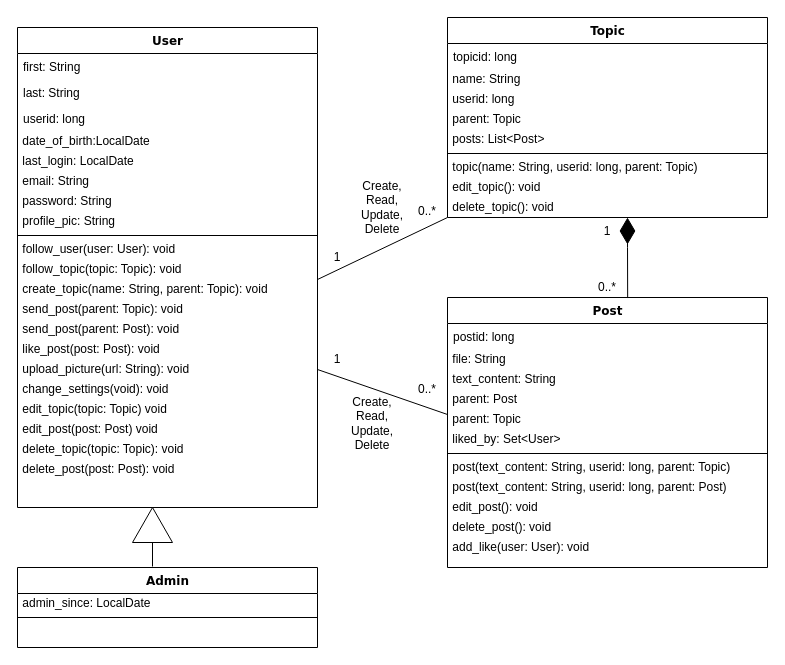
kubatovtamas/uzenetSZTEk keeps this draw.io diagram as doc/diagrams/Class Diagram/class_v2.drawio. Above is the earlier version. Source tidied: cells renumbered, new cells numbered last; positions are measured from the earlier drawing's top-left corner, leaving out a move shared by most shapes. Both pictures are drawn from the tidied source at 100%, with x=0, y=0 at pixel (17, 17).
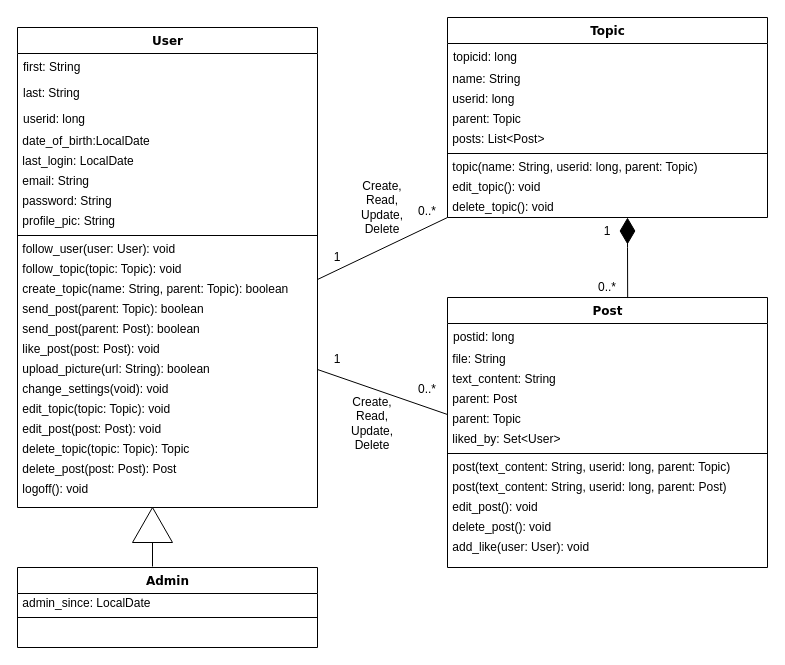
After the change.

Commit message:
updated Class diagram with auth and return types

Unchanged cells that the change refers to:
```xml
<mxCell id="2" value="User" style="swimlane;html=1;fontStyle=1;align=center;verticalAlign=top;horizontal=1;startSize=26;swimlaneFillColor=#ffffff;rounded=0;shadow=0;comic=0;labelBackgroundColor=none;strokeColor=#000000;strokeWidth=1;fillColor=none;fontFamily=Verdana;fontSize=12;fontColor=#000000;" parent="1" vertex="1">
  <mxGeometry y="10" width="300" height="480" as="geometry" />
</mxCell>
```

Diff of the diagram source:
```diff
@@
-    <mxCell id="14" value="&amp;nbsp;create_topic(name: String, parent: Topic): void" style="text;html=1;strokeColor=none;fillColor=none;align=left;verticalAlign=middle;whiteSpace=wrap;rounded=0;" parent="2" vertex="1">
+    <mxCell id="14" value="&amp;nbsp;create_topic(name: String, parent: Topic): boolean" style="text;html=1;strokeColor=none;fillColor=none;align=left;verticalAlign=middle;whiteSpace=wrap;rounded=0;" parent="2" vertex="1">
       <mxGeometry y="252" width="300" height="20" as="geometry" />
     </mxCell>
-    <mxCell id="15" value="&amp;nbsp;send_post(parent: Topic): void&amp;nbsp;" style="text;html=1;strokeColor=none;fillColor=none;align=left;verticalAlign=middle;whiteSpace=wrap;rounded=0;" parent="2" vertex="1">
+    <mxCell id="15" value="&amp;nbsp;send_post(parent: Topic): boolean" style="text;html=1;strokeColor=none;fillColor=none;align=left;verticalAlign=middle;whiteSpace=wrap;rounded=0;" parent="2" vertex="1">
       <mxGeometry y="272" width="300" height="20" as="geometry" />
     </mxCell>
-    <mxCell id="16" value="&amp;nbsp;send_post(parent: Post): void&amp;nbsp;" style="text;html=1;strokeColor=none;fillColor=none;align=left;verticalAlign=middle;whiteSpace=wrap;rounded=0;" parent="2" vertex="1">
+    <mxCell id="16" value="&amp;nbsp;send_post(parent: Post): boolean" style="text;html=1;strokeColor=none;fillColor=none;align=left;verticalAlign=middle;whiteSpace=wrap;rounded=0;" parent="2" vertex="1">
       <mxGeometry y="292" width="300" height="20" as="geometry" />
     </mxCell>
@@
-    <mxCell id="18" value="&amp;nbsp;upload_picture(url: String): void" style="text;html=1;strokeColor=none;fillColor=none;align=left;verticalAlign=middle;whiteSpace=wrap;rounded=0;" parent="2" vertex="1">
+    <mxCell id="18" value="&amp;nbsp;upload_picture(url: String): boolean" style="text;html=1;strokeColor=none;fillColor=none;align=left;verticalAlign=middle;whiteSpace=wrap;rounded=0;" parent="2" vertex="1">
       <mxGeometry y="332" width="300" height="20" as="geometry" />
     </mxCell>
@@
-    <mxCell id="20" value="&amp;nbsp;edit_topic(topic: Topic) void" style="text;html=1;strokeColor=none;fillColor=none;align=left;verticalAlign=middle;whiteSpace=wrap;rounded=0;" parent="2" vertex="1">
+    <mxCell id="20" value="&amp;nbsp;edit_topic(topic: Topic): void" style="text;html=1;strokeColor=none;fillColor=none;align=left;verticalAlign=middle;whiteSpace=wrap;rounded=0;" parent="2" vertex="1">
       <mxGeometry y="372" width="300" height="20" as="geometry" />
     </mxCell>
-    <mxCell id="21" value="&lt;div&gt;&lt;span style=&quot;font-family: &amp;#34;helvetica&amp;#34;&quot;&gt;&amp;nbsp;edit_post(post: Post) void&lt;/span&gt;&lt;/div&gt;" style="text;html=1;strokeColor=none;fillColor=none;align=left;verticalAlign=middle;whiteSpace=wrap;rounded=0;" parent="2" vertex="1">
+    <mxCell id="21" value="&lt;div&gt;&lt;span style=&quot;font-family: &amp;#34;helvetica&amp;#34;&quot;&gt;&amp;nbsp;edit_post(post: Post): void&lt;/span&gt;&lt;/div&gt;" style="text;html=1;strokeColor=none;fillColor=none;align=left;verticalAlign=middle;whiteSpace=wrap;rounded=0;" parent="2" vertex="1">
       <mxGeometry y="392" width="300" height="20" as="geometry" />
     </mxCell>
-    <mxCell id="22" value="&amp;nbsp;delete_topic(topic: Topic): void" style="text;html=1;strokeColor=none;fillColor=none;align=left;verticalAlign=middle;whiteSpace=wrap;rounded=0;" parent="2" vertex="1">
+    <mxCell id="22" value="&amp;nbsp;delete_topic(topic: Topic): Topic" style="text;html=1;strokeColor=none;fillColor=none;align=left;verticalAlign=middle;whiteSpace=wrap;rounded=0;" parent="2" vertex="1">
       <mxGeometry y="412" width="300" height="20" as="geometry" />
     </mxCell>
-    <mxCell id="23" value="&amp;nbsp;delete_post(post: Post): void" style="text;html=1;strokeColor=none;fillColor=none;align=left;verticalAlign=middle;whiteSpace=wrap;rounded=0;" parent="2" vertex="1">
+    <mxCell id="23" value="&amp;nbsp;delete_post(post: Post): Post" style="text;html=1;strokeColor=none;fillColor=none;align=left;verticalAlign=middle;whiteSpace=wrap;rounded=0;" parent="2" vertex="1">
       <mxGeometry y="432" width="300" height="20" as="geometry" />
     </mxCell>
+    <mxCell id="63" value="&amp;nbsp;logoff(): void" style="text;html=1;strokeColor=none;fillColor=none;align=left;verticalAlign=middle;whiteSpace=wrap;rounded=0;" parent="2" vertex="1">
+      <mxGeometry y="452" width="300" height="20" as="geometry" />
+    </mxCell>
```
